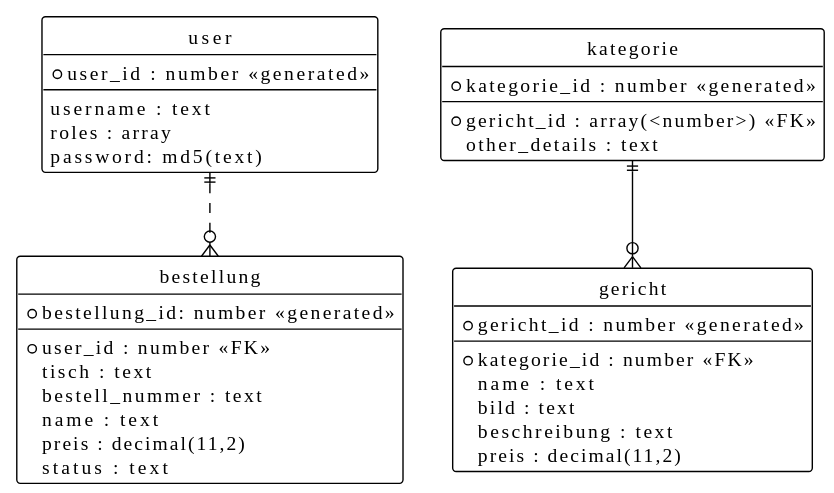
This is out/public/doc/ERD/ERD.svg from tonisun/menu, a PlantUML export, as it was before one commit. The source it was exported from:
```plantuml
@startuml
hide circle

skinparam linetype ortho

!theme plain

entity "user" as eU {
  *user_id : number <<generated>>
  --
  username : text
  roles : array
  password: md5(text)
}

entity "bestellung" as eB {
  *bestellung_id: number <<generated>>
  --
  *user_id : number <<FK>>
  tisch : text
  bestell_nummer : text
  name : text
  preis : decimal(11,2)
  status : text
}

entity "kategorie" as eK {
  *kategorie_id : number <<generated>>
  --
  *gericht_id : array(<number>) <<FK>>
  other_details : text
}

entity "gericht" as eG {
  *gericht_id : number <<generated>>
  --
  *kategorie_id : number <<FK>>
  name : text
  bild : text
  beschreibung : text
  preis : decimal(11,2)
}

eU ||..o{eB
eK ||--o{ eG
@enduml
```
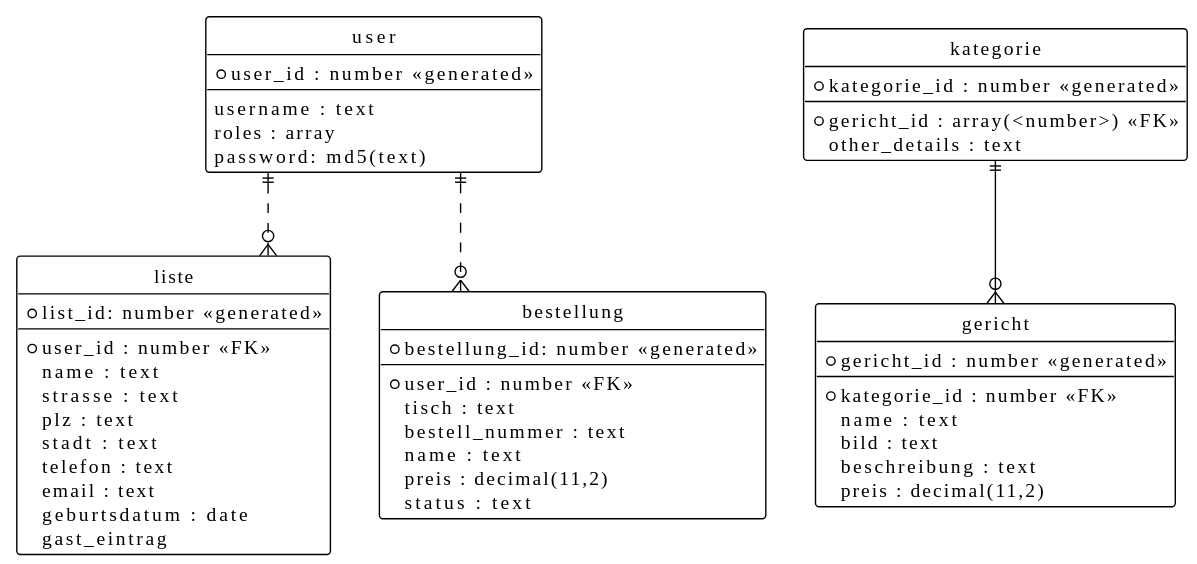
Later version of the same file.

Commit message:
chng ERD add liste entity

What changed in the source:
```diff
@@ -11,6 +11,20 @@
   username : text
   roles : array
   password: md5(text)
+}
+
+entity "liste" as eL {
+  *list_id: number <<generated>>
+  --
+  *user_id : number <<FK>>
+  name : text
+  strasse : text
+  plz : text
+  stadt : text
+  telefon : text
+  email : text
+  geburtsdatum : date
+  gast_eintrag
 }
 
 entity "bestellung" as eB {
@@ -41,6 +55,7 @@
   preis : decimal(11,2)
 }
 
+eU ||..o{eL
 eU ||..o{eB
 eK ||--o{ eG
 @enduml
```
